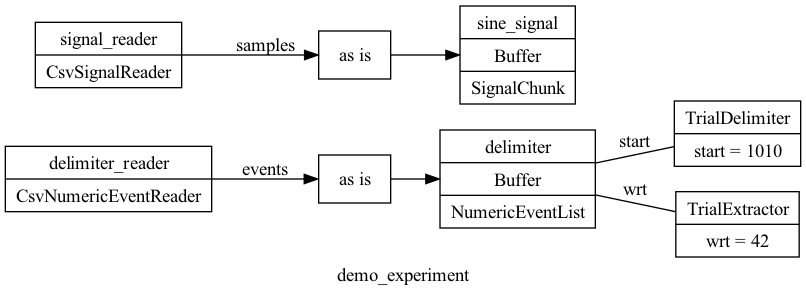
benjamin-heasly/gold-lab-nwb-conversions keeps this Graphviz diagram as pyramid/docs/signal-demo/demo_experiment.png. Above is the earlier version. Its source is kept beside it as pyramid/docs/signal-demo/demo_experiment.dot.
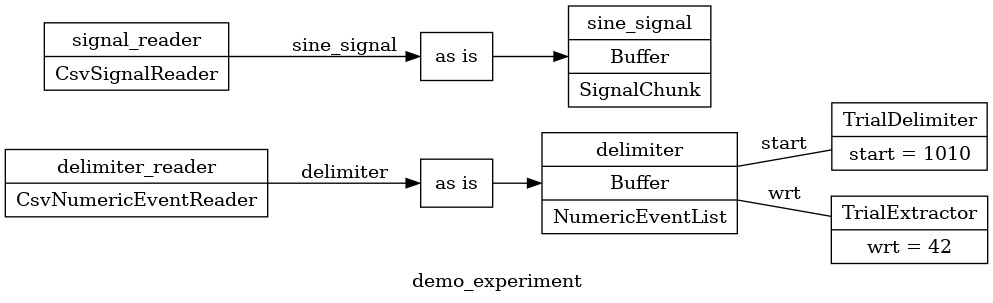
The same diagram one commit later.

Commit message:
Revalidate Pyramid signal-demo.

Diff of the diagram source:
```diff
@@ -5,10 +5,10 @@
 	delimiter [label="delimiter|Buffer|NumericEventList" shape=record]
 	sine_signal [label="sine_signal|Buffer|SignalChunk" shape=record]
 	delimiter_reader_route_0 [label="as is" shape=record]
-	delimiter_reader -> delimiter_reader_route_0 [label=events]
+	delimiter_reader -> delimiter_reader_route_0 [label=delimiter]
 	delimiter_reader_route_0 -> delimiter
 	signal_reader_route_0 [label="as is" shape=record]
-	signal_reader -> signal_reader_route_0 [label=samples]
+	signal_reader -> signal_reader_route_0 [label=sine_signal]
 	signal_reader_route_0 -> sine_signal
 	trial_delimiter [label="TrialDelimiter|start = 1010" shape=record]
 	delimiter -> trial_delimiter [label=start arrowhead=none arrowtail=none]
```
